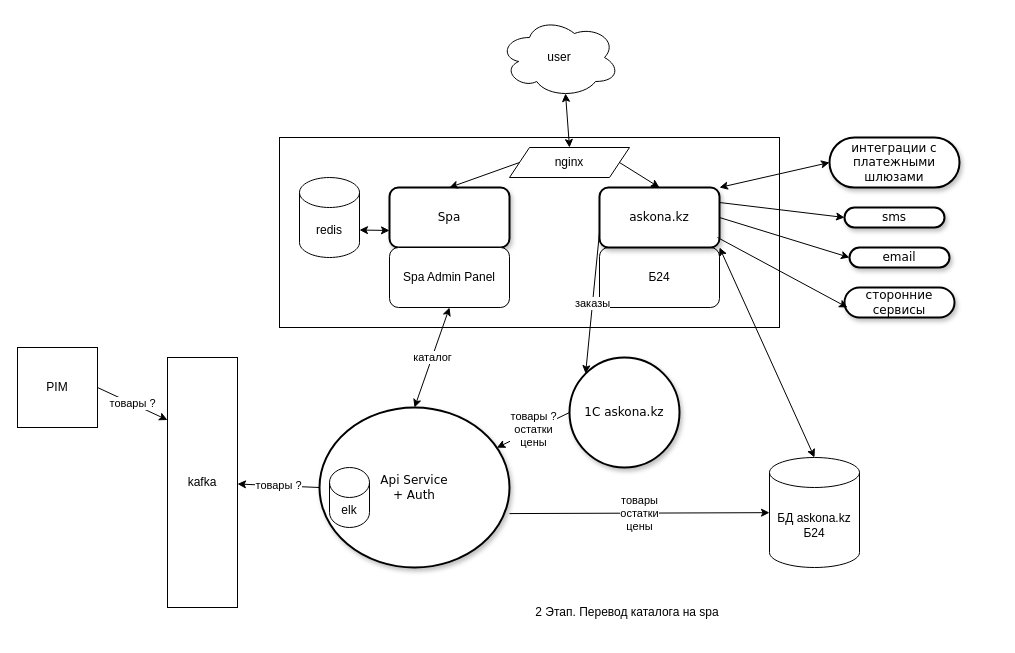
This is page "2 Этап" (3 of 6) of Untitled Diagram.drawio from vartananastasia/ii, a draw.io file, before an edit. Source tidied: cells renumbered, new cells numbered last; positions are measured from the earlier drawing's top-left corner, leaving out a move shared by most shapes. Both pictures are drawn from the tidied source at 100%, with x=0, y=0 at pixel (17, 17).
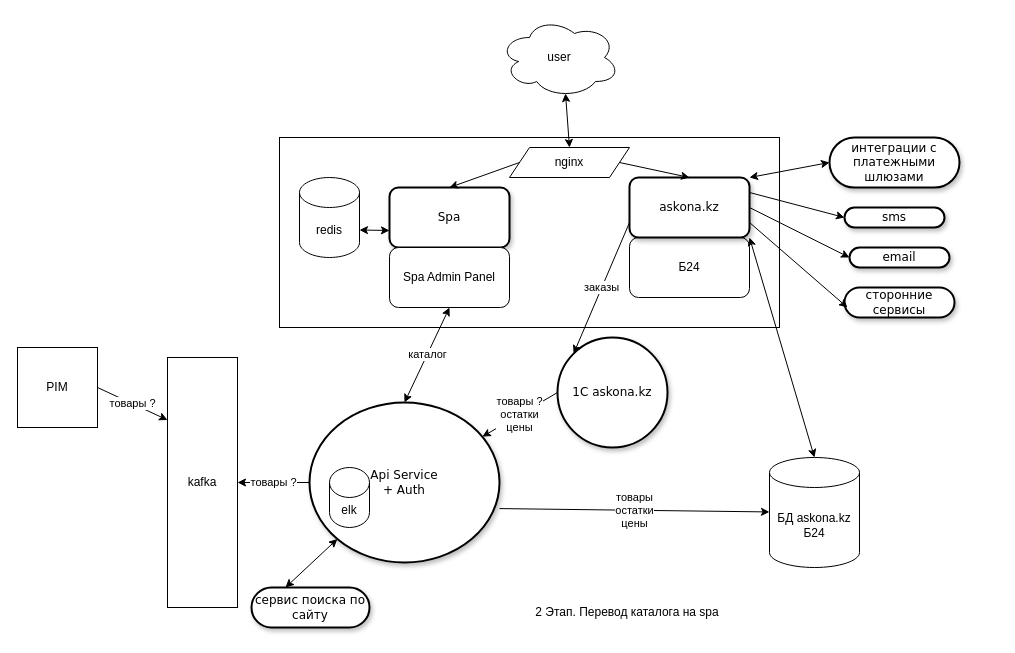
The same page after the edit.

Diff of the diagram source:
```diff
@@
     <mxCell id="8" value="Api Service&lt;br&gt;+ Auth&lt;br&gt;" style="ellipse;whiteSpace=wrap;html=1;rounded=1;shadow=1;comic=0;labelBackgroundColor=none;strokeWidth=2;fontFamily=Verdana;fontSize=12;align=center;" parent="1" vertex="1">
-      <mxGeometry x="302" y="390" width="190" height="160" as="geometry" />
+      <mxGeometry x="292" y="385" width="190" height="160" as="geometry" />
     </mxCell>
@@
     <mxCell id="15" value="Б24" style="rounded=1;whiteSpace=wrap;html=1;" parent="1" vertex="1">
-      <mxGeometry x="582" y="230" width="120" height="60" as="geometry" />
+      <mxGeometry x="612" y="220" width="120" height="60" as="geometry" />
     </mxCell>
     <mxCell id="16" value="askona.kz" style="whiteSpace=wrap;html=1;rounded=1;shadow=1;comic=0;labelBackgroundColor=none;strokeWidth=2;fontFamily=Verdana;fontSize=12;align=center;" parent="1" vertex="1">
-      <mxGeometry x="582" y="170" width="120" height="60" as="geometry" />
+      <mxGeometry x="612" y="160" width="120" height="60" as="geometry" />
     </mxCell>
@@
     <mxCell id="22" value="1C askona.kz" style="ellipse;whiteSpace=wrap;html=1;rounded=1;shadow=1;comic=0;labelBackgroundColor=none;strokeWidth=2;fontFamily=Verdana;fontSize=12;align=center;" parent="1" vertex="1">
-      <mxGeometry x="552" y="340" width="110" height="110" as="geometry" />
+      <mxGeometry x="540" y="320" width="110" height="110" as="geometry" />
     </mxCell>
@@
-    <mxCell id="25" style="endArrow=classic;html=1;rounded=0;" parent="1" edge="1">
+    <mxCell id="25" style="endArrow=classic;html=1;rounded=0;exitX=1;exitY=0.75;exitDx=0;exitDy=0;" parent="1" edge="1" source="16">
       <mxGeometry relative="1" as="geometry">
-        <mxPoint x="700" y="220" as="sourcePoint" />
         <mxPoint x="830" y="290" as="targetPoint" />
       </mxGeometry>
     </mxCell>
@@
+    <mxCell id="36" value="сервис поиска по сайту" style="whiteSpace=wrap;html=1;rounded=1;shadow=1;comic=0;labelBackgroundColor=none;strokeWidth=2;fontFamily=Verdana;fontSize=12;align=center;arcSize=50;" parent="1" vertex="1">
+      <mxGeometry x="234" y="570" width="118" height="40" as="geometry" />
+    </mxCell>
+    <mxCell id="37" style="endArrow=classic;startArrow=classic;html=1;rounded=0;entryX=0;entryY=1;entryDx=0;entryDy=0;" parent="1" edge="1" target="8">
+      <mxGeometry relative="1" as="geometry">
+        <mxPoint x="268" y="570" as="sourcePoint" />
+      </mxGeometry>
+    </mxCell>
```
